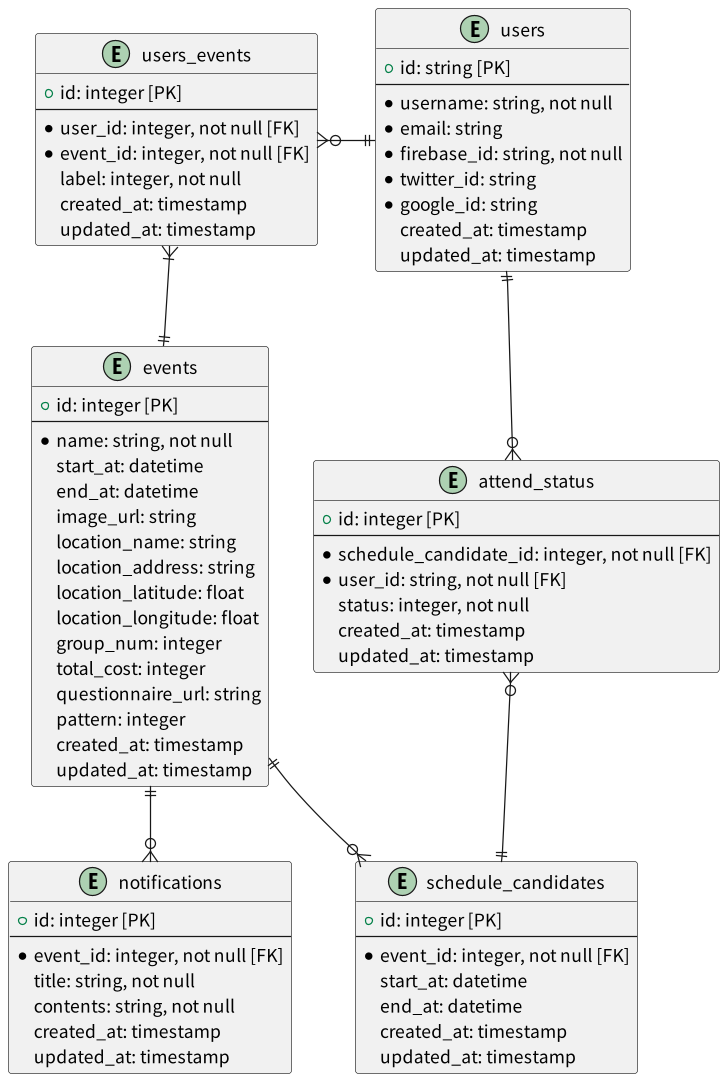
Earlier version of the PlantUML export docs/plantuml/er.png (ITK13201/schetify-api).
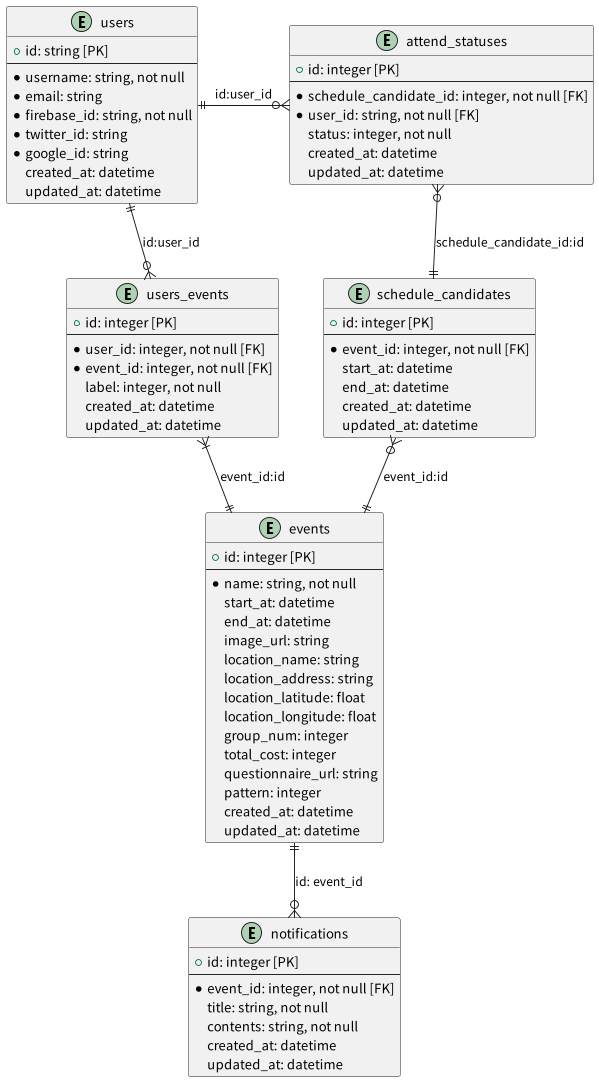
The same file after the commit.

Diff of the diagram source:
```diff
@@ -10,8 +10,8 @@
     * firebase_id: string, not null
     * twitter_id: string
     * google_id: string
-    created_at: timestamp
-    updated_at: timestamp
+    created_at: datetime
+    updated_at: datetime
 }
 
 entity users_events {
@@ -20,8 +20,8 @@
     * user_id: integer, not null [FK]
     * event_id: integer, not null [FK]
     label: integer, not null
-    created_at: timestamp
-    updated_at: timestamp
+    created_at: datetime
+    updated_at: datetime
 }
 
 entity events {
@@ -39,8 +39,8 @@
     total_cost: integer
     questionnaire_url: string
     pattern: integer
-    created_at: timestamp
-    updated_at: timestamp
+    created_at: datetime
+    updated_at: datetime
 }
 
 entity notifications {
@@ -49,18 +49,18 @@
     * event_id: integer, not null [FK]
     title: string, not null
     contents: string, not null
-    created_at: timestamp
-    updated_at: timestamp
+    created_at: datetime
+    updated_at: datetime
 }
 
-entity attend_status {
+entity attend_statuses {
     + id: integer [PK]
     --
     * schedule_candidate_id: integer, not null [FK]
     * user_id: string, not null [FK]
     status: integer, not null
-    created_at: timestamp
-    updated_at: timestamp
+    created_at: datetime
+    updated_at: datetime
 }
 
 entity schedule_candidates {
@@ -69,15 +69,15 @@
     * event_id: integer, not null [FK]
     start_at: datetime
     end_at: datetime
-    created_at: timestamp
-    updated_at: timestamp
+    created_at: datetime
+    updated_at: datetime
 }
 
-users ||-le-o{ users_events
-users_events  }|--|| events
-events ||--o{ notifications
-users ||--o{ attend_status
-attend_status }o--|| schedule_candidates
-events ||--o{ schedule_candidates
+users ||-do-o{ users_events: id:user_id
+users_events  }|-do-|| events: event_id:id
+events ||-do-o{ notifications: id: event_id
+users ||-ri-o{ attend_statuses: id:user_id
+attend_statuses }o-do-|| schedule_candidates: schedule_candidate_id:id
+schedule_candidates }o-do-|| events: event_id:id
 
 @enduml
```
